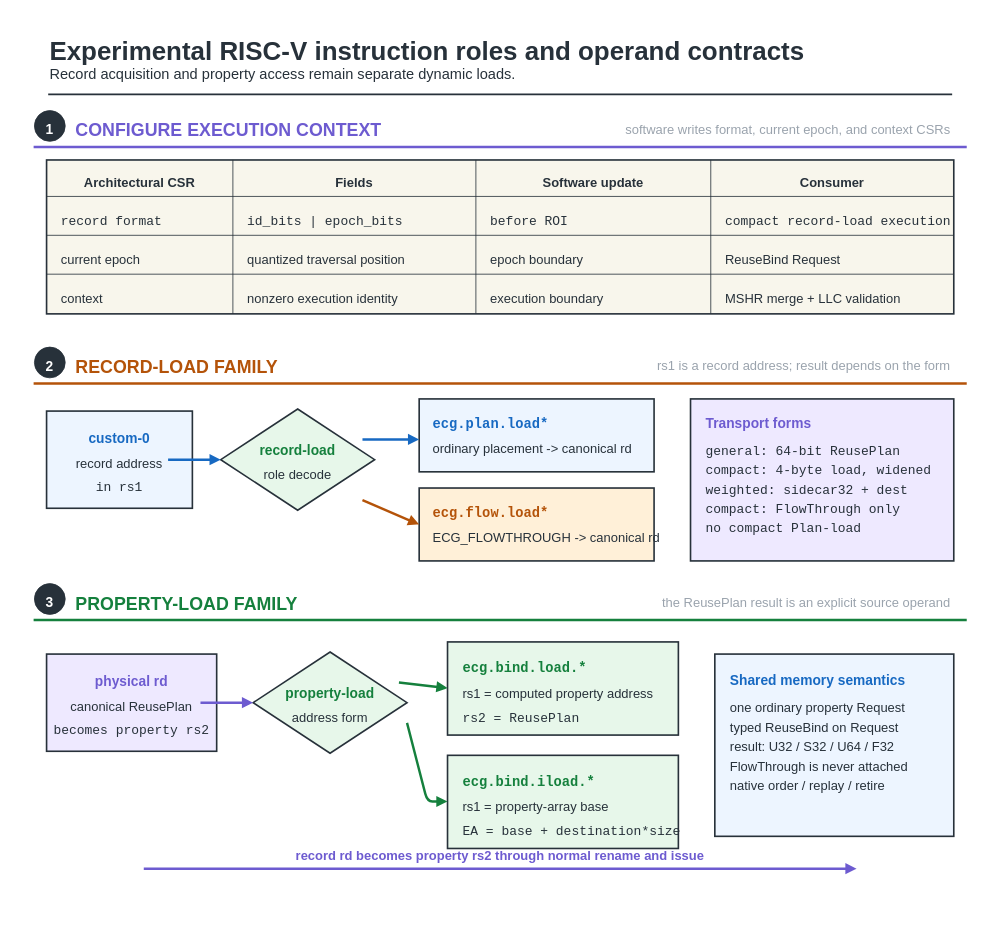
UVA-LavaLab/ECG_GrAPL keeps this draw.io diagram as fig/wiki_src/risc-v-instruction-path/risc-v-instruction-path-f01-instruction-family.drawio. Above is the earlier version. Source tidied: cells renumbered, new cells numbered last; positions are measured from the earlier drawing's top-left corner, leaving out a move shared by most shapes. Both pictures are drawn from the tidied source at 81%, with x=0, y=0 at pixel (14, 14).
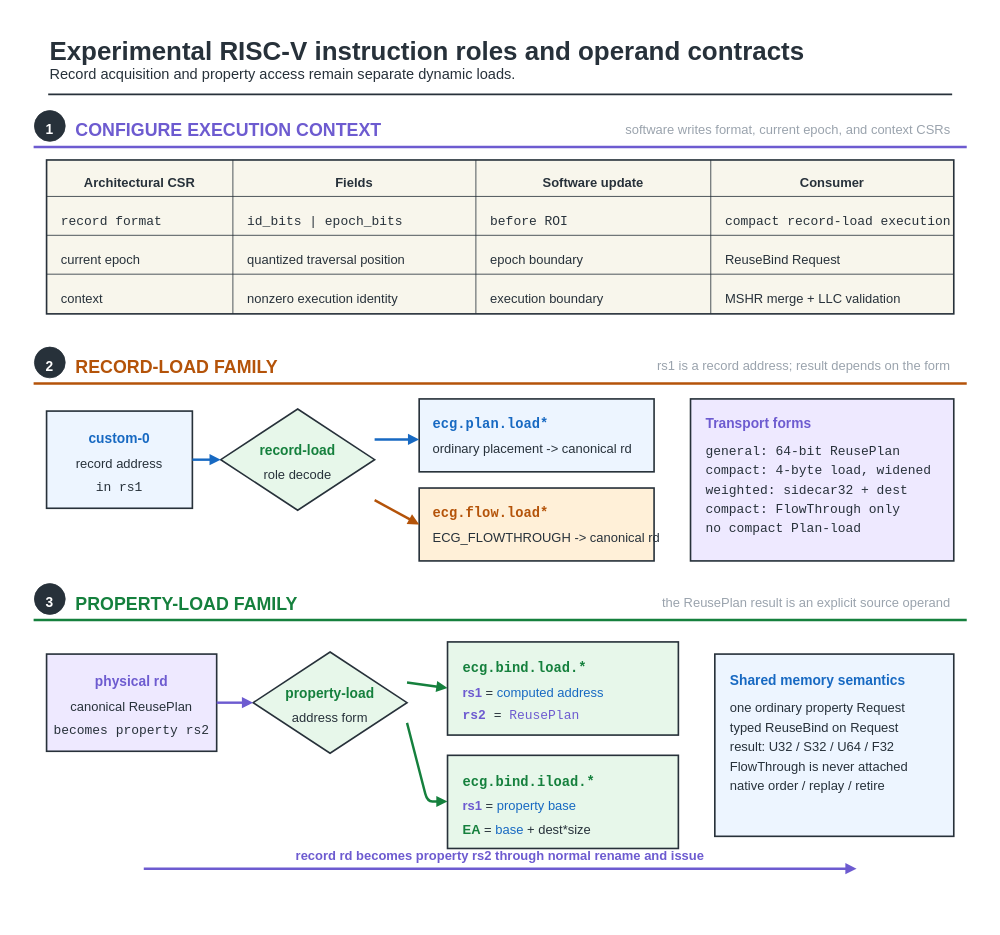
The same diagram, later.

Change to the diagram source:
```diff
@@
     <mxCell id="46" style="edgeStyle=none;html=0;strokeColor=#1769C2;strokeWidth=3;startArrow=none;endArrow=block;endFill=1;" parent="1" edge="1">
       <mxGeometry relative="1" as="geometry">
-        <mxPoint x="190" y="550" as="sourcePoint" />
+        <mxPoint x="220" y="550" as="sourcePoint" />
         <mxPoint x="255" y="550" as="targetPoint" />
       </mxGeometry>
     </mxCell>
@@
     <mxCell id="60" style="edgeStyle=none;html=0;strokeColor=#1769C2;strokeWidth=3;startArrow=none;endArrow=block;endFill=1;" parent="1" edge="1">
       <mxGeometry relative="1" as="geometry">
-        <mxPoint x="430" y="525" as="sourcePoint" />
+        <mxPoint x="445" y="525" as="sourcePoint" />
         <mxPoint x="500" y="525" as="targetPoint" />
       </mxGeometry>
     </mxCell>
     <mxCell id="61" style="edgeStyle=none;html=0;strokeColor=#B45309;strokeWidth=3;startArrow=none;endArrow=block;endFill=1;" parent="1" edge="1">
       <mxGeometry relative="1" as="geometry">
-        <mxPoint x="430" y="600" as="sourcePoint" />
+        <mxPoint x="445" y="600" as="sourcePoint" />
         <mxPoint x="500" y="630" as="targetPoint" />
       </mxGeometry>
     </mxCell>
@@
     <mxCell id="74" style="edgeStyle=none;html=0;strokeColor=#6D5BD0;strokeWidth=3;startArrow=none;endArrow=block;endFill=1;" parent="1" edge="1">
       <mxGeometry relative="1" as="geometry">
-        <mxPoint x="230" y="850" as="sourcePoint" />
+        <mxPoint x="250" y="850" as="sourcePoint" />
         <mxPoint x="295" y="850" as="targetPoint" />
       </mxGeometry>
     </mxCell>
@@
-    <mxCell id="77" value="rs1 = computed property address" style="text;html=0;strokeColor=none;fillColor=none;align=left;verticalAlign=middle;fontFamily=Helvetica;fontSize=16;fontColor=#27313A;fontStyle=0;" parent="1" vertex="1">
-      <mxGeometry x="552" y="826.2" width="262.9" height="22.4" as="geometry" />
+    <mxCell id="77" value="&lt;span style=&quot;color:#6D5BD0;font-weight:700;&quot;&gt;rs1&lt;/span&gt;&lt;span style=&quot;color:#27313A;&quot;&gt;&amp;nbsp;=&amp;nbsp;&lt;/span&gt;&lt;span style=&quot;color:#1769C2;&quot;&gt;computed&amp;nbsp;address&lt;/span&gt;" style="text;html=1;strokeColor=none;fillColor=none;align=left;verticalAlign=middle;fontFamily=Helvetica;fontSize=16;fontColor=#27313A;fontStyle=0;" parent="1" vertex="1">
+      <mxGeometry x="552" y="826.2" width="188.5" height="22.4" as="geometry" />
     </mxCell>
-    <mxCell id="78" value="rs2 = ReusePlan" style="text;html=0;strokeColor=none;fillColor=none;align=left;verticalAlign=middle;fontFamily=Courier New;fontSize=16;fontColor=#27313A;fontStyle=0;" parent="1" vertex="1">
+    <mxCell id="78" value="&lt;span style=&quot;color:#6D5BD0;font-weight:700;&quot;&gt;rs2&lt;/span&gt;&lt;span style=&quot;color:#27313A;&quot;&gt;&amp;nbsp;=&amp;nbsp;&lt;/span&gt;&lt;span style=&quot;color:#6D5BD0;&quot;&gt;ReusePlan&lt;/span&gt;" style="text;html=1;strokeColor=none;fillColor=none;align=left;verticalAlign=middle;fontFamily=Courier New;fontSize=16;fontColor=#27313A;fontStyle=0;" parent="1" vertex="1">
       <mxGeometry x="552" y="856.2" width="148.8" height="22.4" as="geometry" />
     </mxCell>
@@
-    <mxCell id="81" value="rs1 = property-array base" style="text;html=0;strokeColor=none;fillColor=none;align=left;verticalAlign=middle;fontFamily=Helvetica;fontSize=16;fontColor=#27313A;fontStyle=0;" parent="1" vertex="1">
-      <mxGeometry x="552" y="966.2" width="212" height="22.4" as="geometry" />
+    <mxCell id="81" value="&lt;span style=&quot;color:#6D5BD0;font-weight:700;&quot;&gt;rs1&lt;/span&gt;&lt;span style=&quot;color:#27313A;&quot;&gt;&amp;nbsp;=&amp;nbsp;&lt;/span&gt;&lt;span style=&quot;color:#1769C2;&quot;&gt;property&amp;nbsp;base&lt;/span&gt;" style="text;html=1;strokeColor=none;fillColor=none;align=left;verticalAlign=middle;fontFamily=Helvetica;fontSize=16;fontColor=#27313A;fontStyle=0;" parent="1" vertex="1">
+      <mxGeometry x="552" y="966.2" width="163" height="22.4" as="geometry" />
     </mxCell>
-    <mxCell id="82" value="EA = base + destination*size" style="text;html=0;strokeColor=none;fillColor=none;align=left;verticalAlign=middle;fontFamily=Courier New;fontSize=16;fontColor=#27313A;fontStyle=0;" parent="1" vertex="1">
-      <mxGeometry x="552" y="996.2" width="277.8" height="22.4" as="geometry" />
+    <mxCell id="82" value="&lt;span style=&quot;color:#15803D;font-weight:700;&quot;&gt;EA&lt;/span&gt;&lt;span style=&quot;color:#27313A;&quot;&gt;&amp;nbsp;=&amp;nbsp;&lt;/span&gt;&lt;span style=&quot;color:#1769C2;&quot;&gt;base&lt;/span&gt;&lt;span style=&quot;color:#27313A;&quot;&gt;&amp;nbsp;+&amp;nbsp;dest*size&lt;/span&gt;" style="text;html=1;strokeColor=none;fillColor=none;align=left;verticalAlign=middle;fontFamily=Helvetica;fontSize=16;fontColor=#27313A;fontStyle=0;" parent="1" vertex="1">
+      <mxGeometry x="552" y="996.2" width="179.4" height="22.4" as="geometry" />
     </mxCell>
@@
     <mxCell id="90" style="edgeStyle=none;html=0;strokeColor=#15803D;strokeWidth=3;startArrow=none;endArrow=block;endFill=1;" parent="1" edge="1">
       <mxGeometry relative="1" as="geometry">
-        <mxPoint x="475" y="825" as="sourcePoint" />
+        <mxPoint x="485" y="825" as="sourcePoint" />
         <mxPoint x="535" y="832" as="targetPoint" />
       </mxGeometry>
     </mxCell>
```
